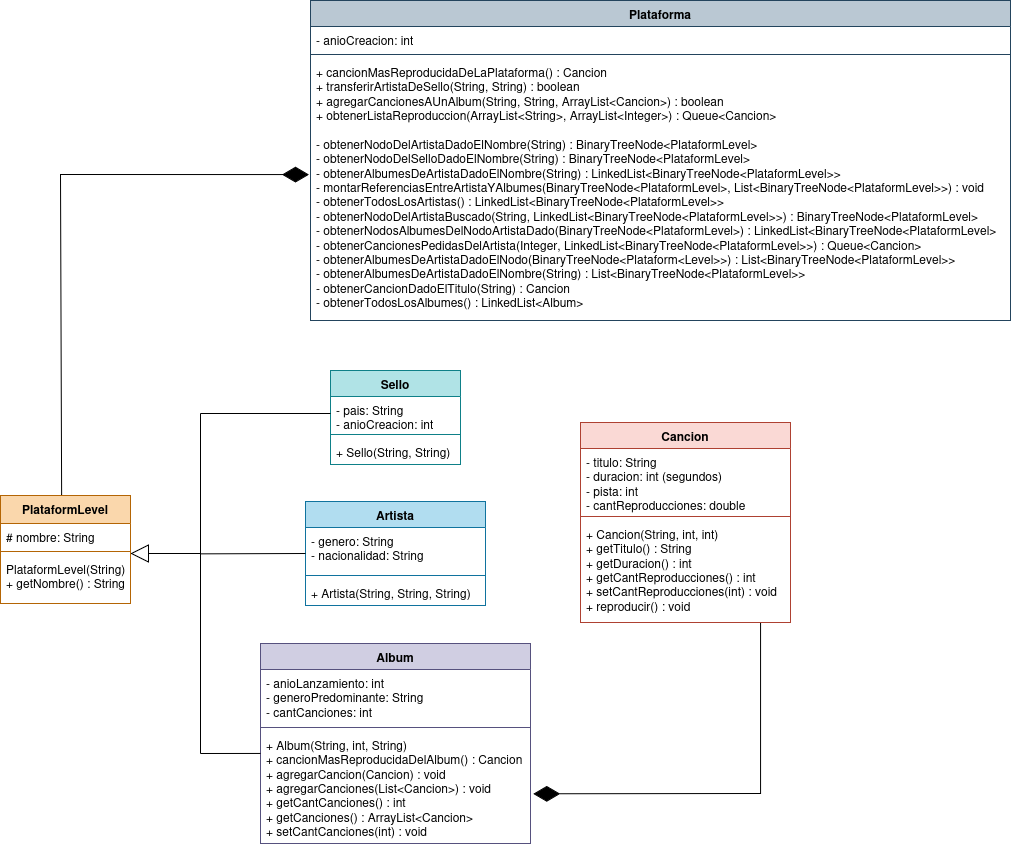
Before: uml/uml.drawio.png, a diagram exported from draw.io (05DarelL/music-streaming-platform-simulator). Source tidied: cells renumbered, new cells last; positions are measured from the earlier drawing's top-left corner, leaving out a move shared by most shapes.
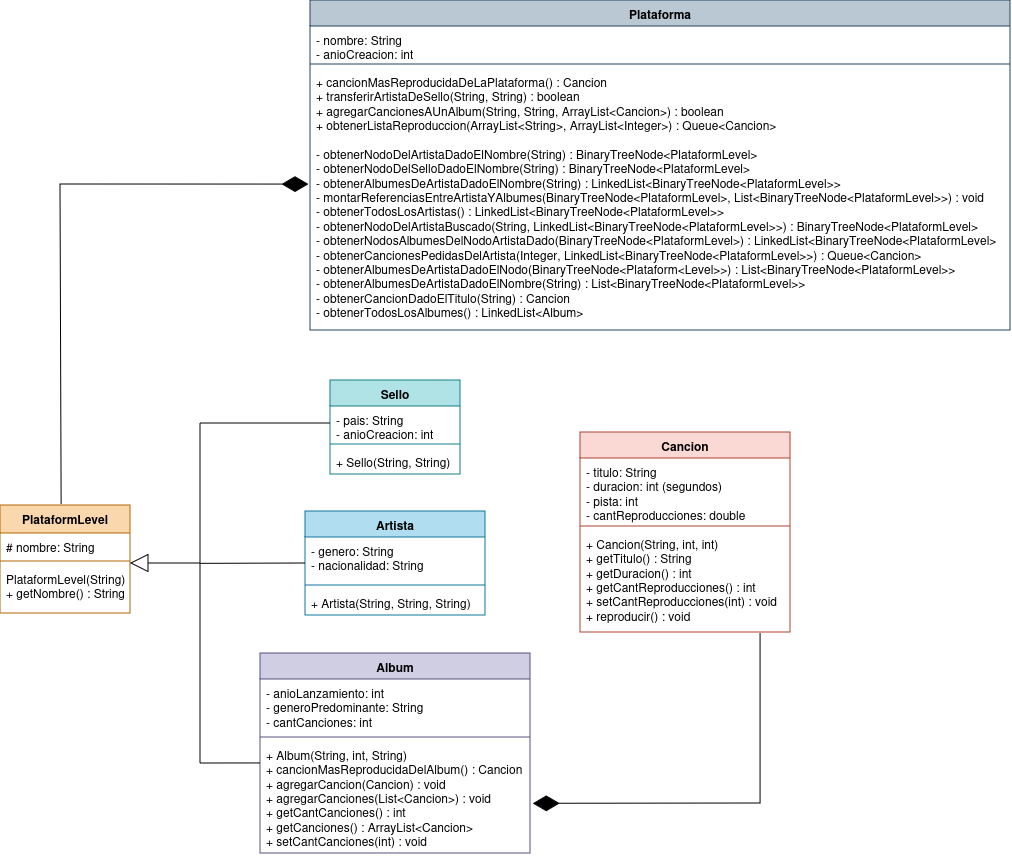
After the change.

Commit message:
Added missing property in UML diagram

What changed in the source:
```diff
@@ -15,16 +15,16 @@
       <mxGeometry y="60" width="130" height="48" as="geometry" />
     </mxCell>
     <mxCell id="6" value="Plataforma" style="swimlane;fontStyle=1;align=center;verticalAlign=top;horizontal=1;startSize=26;whiteSpace=wrap;html=1;fillColor=#bac8d3;strokeColor=#23445d;" parent="1" vertex="1">
-      <mxGeometry x="310" width="700" height="320" as="geometry" />
+      <mxGeometry x="310" y="-10" width="700" height="330" as="geometry" />
     </mxCell>
-    <mxCell id="7" value="- anioCreacion: int" style="text;strokeColor=none;fillColor=none;align=left;verticalAlign=top;spacingLeft=4;spacingRight=4;overflow=hidden;whiteSpace=wrap;html=1;" parent="6" vertex="1">
-      <mxGeometry y="26" width="700" height="24" as="geometry" />
+    <mxCell id="7" value="&lt;div&gt;- nombre: String&lt;/div&gt;&lt;div&gt;- anioCreacion: int&lt;/div&gt;" style="text;strokeColor=none;fillColor=none;align=left;verticalAlign=top;spacingLeft=4;spacingRight=4;overflow=hidden;whiteSpace=wrap;html=1;" parent="6" vertex="1">
+      <mxGeometry y="26" width="700" height="34" as="geometry" />
     </mxCell>
     <mxCell id="8" style="line;strokeWidth=1;fillColor=none;align=left;verticalAlign=middle;spacingTop=-1;spacingLeft=3;spacingRight=3;labelPosition=right;strokeColor=inherit;" parent="6" vertex="1">
-      <mxGeometry y="50" width="700" height="8" as="geometry" />
+      <mxGeometry y="60" width="700" height="8" as="geometry" />
     </mxCell>
     <mxCell id="9" value="&lt;div&gt;+ cancionMasReproducidaDeLaPlataforma() : Cancion&lt;/div&gt;&lt;div&gt;+ transferirArtistaDeSello(String, String) : boolean&lt;/div&gt;&lt;div&gt;+ agregarCancionesAUnAlbum(String, String, ArrayList&amp;lt;Cancion&amp;gt;) : boolean&lt;/div&gt;&lt;div&gt;+ obtenerListaReproduccion(ArrayList&amp;lt;String&amp;gt;, ArrayList&amp;lt;Integer&amp;gt;) : Queue&amp;lt;Cancion&amp;gt;&lt;/div&gt;&lt;div&gt;&lt;br&gt;&lt;/div&gt;&lt;div&gt;- obtenerNodoDelArtistaDadoElNombre(String) : BinaryTreeNode&amp;lt;PlataformLevel&amp;gt;&lt;/div&gt;&lt;div&gt;- obtenerNodoDelSelloDadoElNombre(String) : BinaryTreeNode&amp;lt;PlataformLevel&amp;gt;&lt;/div&gt;&lt;div&gt;- obtenerAlbumesDeArtistaDadoElNombre(String) : LinkedList&amp;lt;BinaryTreeNode&amp;lt;PlataformLevel&amp;gt;&amp;gt;&lt;/div&gt;&lt;div&gt;- montarReferenciasEntreArtistaYAlbumes(BinaryTreeNode&amp;lt;PlataformLevel&amp;gt;, List&amp;lt;BinaryTreeNode&amp;lt;PlataformLevel&amp;gt;&amp;gt;) : void&lt;/div&gt;&lt;div&gt;- obtenerTodosLosArtistas() : LinkedList&amp;lt;BinaryTreeNode&amp;lt;PlataformLevel&amp;gt;&amp;gt;&lt;/div&gt;&lt;div&gt;- obtenerNodoDelArtistaBuscado(String, LinkedList&amp;lt;BinaryTreeNode&amp;lt;PlataformLevel&amp;gt;&amp;gt;) : BinaryTreeNode&amp;lt;PlataformLevel&amp;gt;&lt;/div&gt;&lt;div&gt;- obtenerNodosAlbumesDelNodoArtistaDado(BinaryTreeNode&amp;lt;PlataformLevel&amp;gt;) : LinkedList&amp;lt;BinaryTreeNode&amp;lt;PlataformLevel&amp;gt;&lt;/div&gt;&lt;div&gt;- obtenerCancionesPedidasDelArtista(Integer, LinkedList&amp;lt;BinaryTreeNode&amp;lt;PlataformLevel&amp;gt;&amp;gt;) : Queue&amp;lt;Cancion&amp;gt;&lt;/div&gt;&lt;div&gt;- obtenerAlbumesDeArtistaDadoElNodo(BinaryTreeNode&amp;lt;Plataform&amp;lt;Level&amp;gt;&amp;gt;) : List&amp;lt;BinaryTreeNode&amp;lt;PlataformLevel&amp;gt;&amp;gt;&lt;/div&gt;&lt;div&gt;- obtenerAlbumesDeArtistaDadoElNombre(String) :&amp;nbsp;List&amp;lt;BinaryTreeNode&amp;lt;PlataformLevel&amp;gt;&amp;gt;&lt;/div&gt;&lt;div&gt;- obtenerCancionDadoElTitulo(String) : Cancion&lt;/div&gt;&lt;div&gt;- obtenerTodosLosAlbumes() : LinkedList&amp;lt;Album&amp;gt;&lt;/div&gt;" style="text;strokeColor=none;fillColor=none;align=left;verticalAlign=top;spacingLeft=4;spacingRight=4;overflow=hidden;points=[[0,0.5],[1,0.5]];portConstraint=eastwest;whiteSpace=wrap;html=1;" parent="6" vertex="1">
-      <mxGeometry y="58" width="700" height="262" as="geometry" />
+      <mxGeometry y="68" width="700" height="262" as="geometry" />
     </mxCell>
     <mxCell id="10" value="Sello" style="swimlane;fontStyle=1;align=center;verticalAlign=top;horizontal=1;startSize=26;whiteSpace=wrap;html=1;fillColor=#b0e3e6;strokeColor=#0e8088;" parent="1" vertex="1">
       <mxGeometry x="330" y="370" width="130" height="94" as="geometry" />
```
